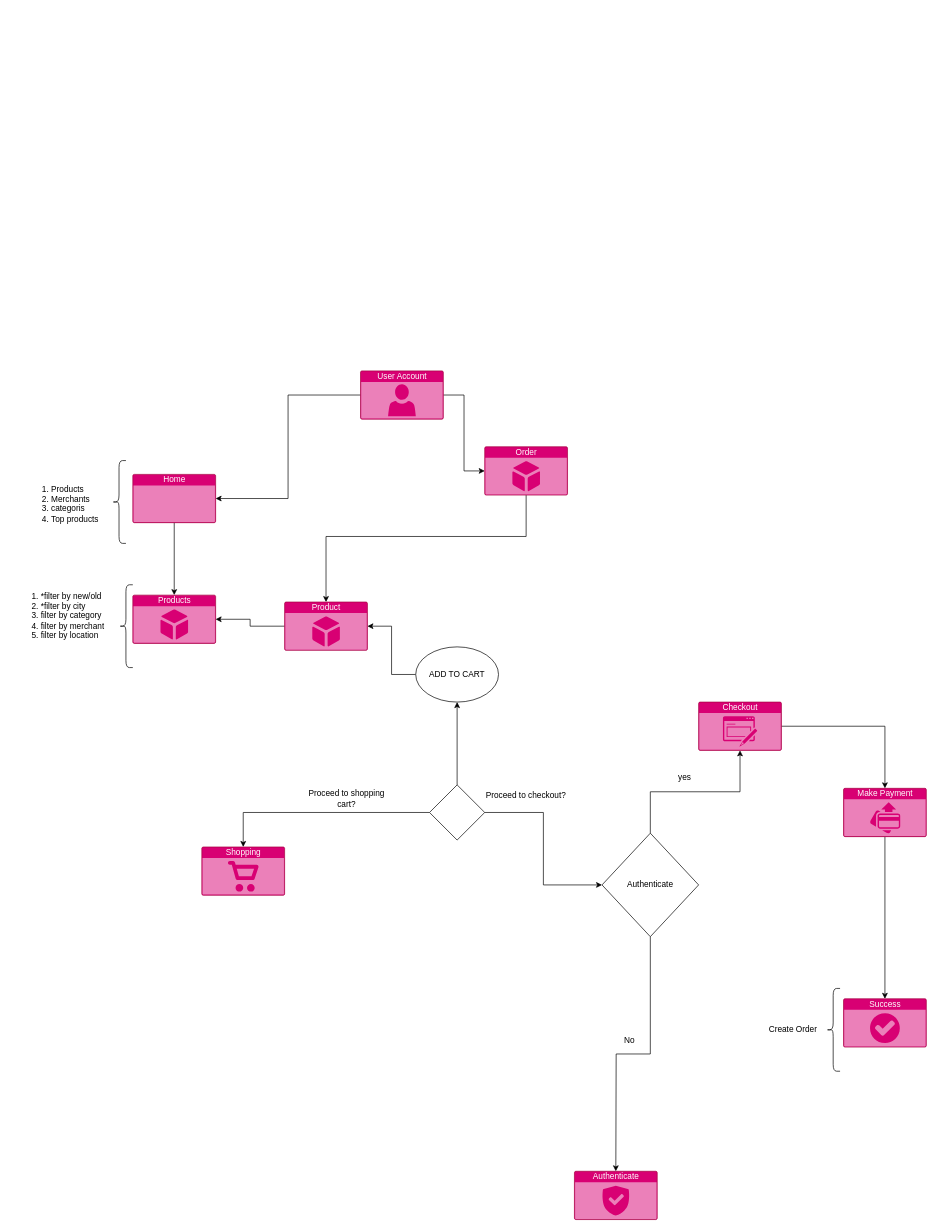
Above: sitemap.drawio in MoshoodRafiu/agentbrainbox (draw.io), before the change. Source tidied: cells renumbered, new cells numbered last; positions are measured from the earlier drawing's top-left corner, leaving out a move shared by most shapes. Both pictures are drawn from the tidied source at 69%, with x=0, y=0 at pixel (12, 371).
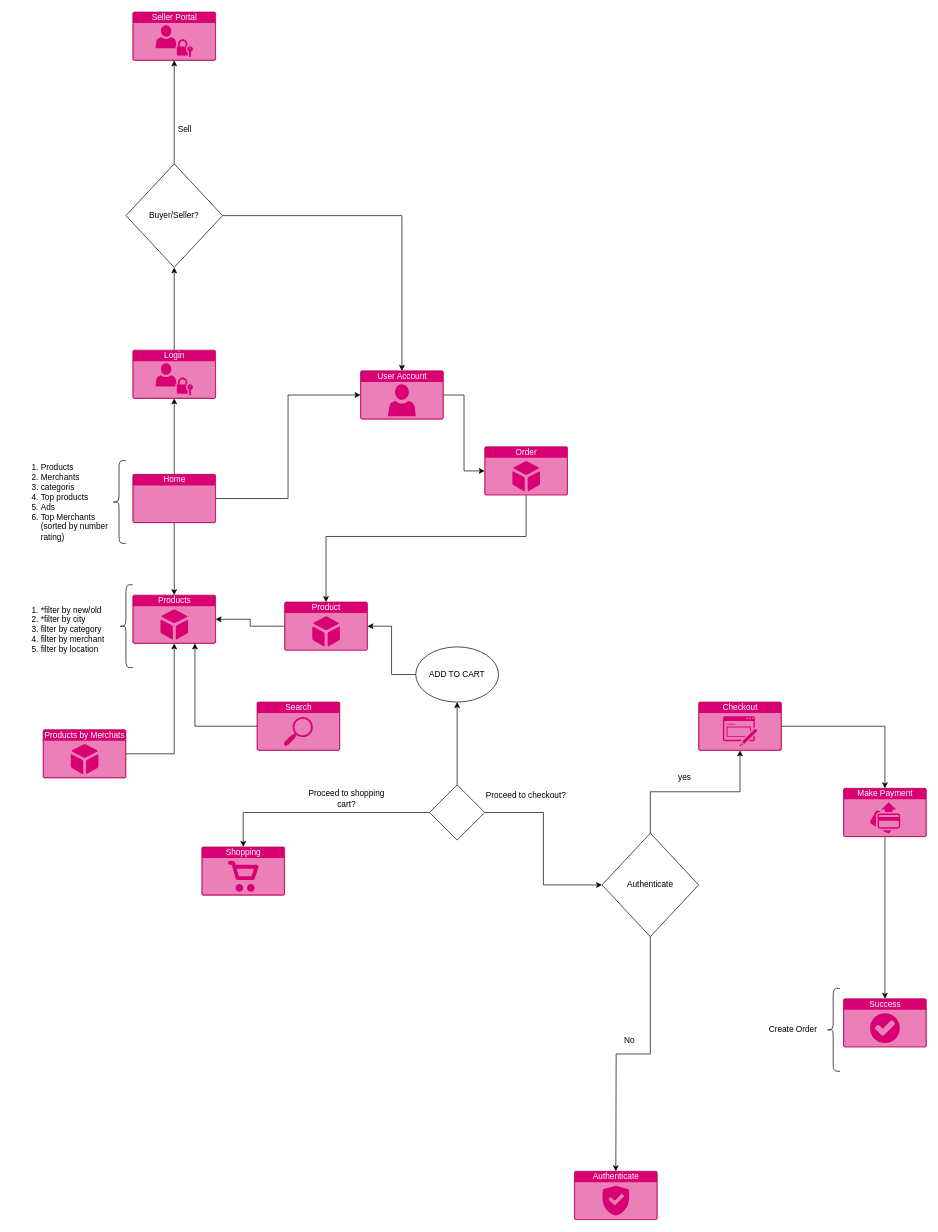
The same page after the edit.

Unchanged cells that the change refers to:
```xml
<mxCell id="3" value="Home" style="html=1;labelPosition=center;verticalLabelPosition=middle;verticalAlign=top;align=center;fontSize=12;outlineConnect=0;spacingTop=-6;shape=mxgraph.sitemap.page;fillColor=#d80073;strokeColor=#A50040;fontColor=#ffffff;" parent="1" vertex="1">
  <mxGeometry x="175" y="150" width="120" height="70" as="geometry" />
</mxCell>
<mxCell id="6" value="Products" style="html=1;labelPosition=center;verticalLabelPosition=middle;verticalAlign=top;align=center;fontSize=12;outlineConnect=0;spacingTop=-6;shape=mxgraph.sitemap.products;fillColor=#d80073;strokeColor=#A50040;fontColor=#ffffff;" parent="1" vertex="1">
  <mxGeometry x="175" y="325" width="120" height="70" as="geometry" />
</mxCell>
<mxCell id="35" value="User Account" style="html=1;strokeColor=#A50040;fillColor=#d80073;labelPosition=center;verticalLabelPosition=middle;verticalAlign=top;align=center;fontSize=12;outlineConnect=0;spacingTop=-6;fontColor=#ffffff;shape=mxgraph.sitemap.user;" parent="1" vertex="1">
  <mxGeometry x="505" width="120" height="70" as="geometry" />
</mxCell>
```

What changed in the source:
```diff
@@
+    <mxCell id="38" style="edgeStyle=orthogonalEdgeStyle;rounded=0;jettySize=auto;html=1;entryX=0;entryY=0.5;entryDx=0;entryDy=0;entryPerimeter=0;" parent="1" edge="1" source="3" target="35">
+      <mxGeometry relative="1" as="geometry" />
+    </mxCell>
+    <mxCell id="39" style="edgeStyle=orthogonalEdgeStyle;rounded=0;jettySize=auto;html=1;" parent="1" edge="1" source="3" target="49">
+      <mxGeometry relative="1" as="geometry" />
+    </mxCell>
@@
-    <mxCell id="4" value="&lt;ol&gt;&lt;li&gt;Products&lt;/li&gt;&lt;li&gt;Merchants&lt;/li&gt;&lt;li&gt;categoris&lt;/li&gt;&lt;li&gt;Top products&lt;/li&gt;&lt;/ol&gt;" style="text;strokeColor=none;fillColor=none;html=1;whiteSpace=wrap;verticalAlign=middle;overflow=hidden;" parent="1" vertex="1">
-      <mxGeometry x="15" y="150" width="120" height="80" as="geometry" />
+    <mxCell id="4" value="&lt;ol&gt;&lt;li&gt;Products&lt;/li&gt;&lt;li&gt;Merchants&lt;/li&gt;&lt;li&gt;categoris&lt;/li&gt;&lt;li&gt;Top products&lt;/li&gt;&lt;li&gt;Ads&lt;/li&gt;&lt;li&gt;Top Merchants (sorted by number rating)&lt;/li&gt;&lt;/ol&gt;" style="text;strokeColor=none;fillColor=none;html=1;whiteSpace=wrap;verticalAlign=middle;overflow=hidden;" parent="1" vertex="1">
+      <mxGeometry y="90" width="150" height="200" as="geometry" />
     </mxCell>
@@
     <mxCell id="7" value="&lt;ol&gt;&lt;li&gt;*filter by new/old&lt;/li&gt;&lt;li&gt;*filter by city&lt;/li&gt;&lt;li&gt;filter by category&lt;/li&gt;&lt;li&gt;filter by merchant&lt;/li&gt;&lt;li&gt;filter by location&lt;/li&gt;&lt;/ol&gt;" style="text;strokeColor=none;fillColor=none;html=1;whiteSpace=wrap;verticalAlign=middle;overflow=hidden;" parent="1" vertex="1">
-      <mxGeometry y="300" width="150" height="110" as="geometry" />
+      <mxGeometry y="300" width="150" height="150" as="geometry" />
     </mxCell>
@@
-    <mxCell id="33" style="edgeStyle=orthogonalEdgeStyle;rounded=0;jettySize=auto;html=1;entryX=1;entryY=0.5;entryDx=0;entryDy=0;entryPerimeter=0;" parent="1" edge="1" source="35" target="3">
-      <mxGeometry relative="1" as="geometry" />
-    </mxCell>
@@
+    <mxCell id="40" style="edgeStyle=orthogonalEdgeStyle;rounded=0;jettySize=auto;html=1;" parent="1" edge="1" source="41" target="6">
+      <mxGeometry relative="1" as="geometry" />
+    </mxCell>
+    <mxCell id="41" value="Products by Merchats" style="html=1;labelPosition=center;verticalLabelPosition=middle;verticalAlign=top;align=center;fontSize=12;outlineConnect=0;spacingTop=-6;shape=mxgraph.sitemap.products;fillColor=#d80073;strokeColor=#A50040;fontColor=#ffffff;" parent="1" vertex="1">
+      <mxGeometry x="45" y="520" width="120" height="70" as="geometry" />
+    </mxCell>
+    <mxCell id="42" style="edgeStyle=orthogonalEdgeStyle;rounded=0;jettySize=auto;html=1;entryX=0.75;entryY=1;entryDx=0;entryDy=0;entryPerimeter=0;" parent="1" edge="1" source="43" target="6">
+      <mxGeometry relative="1" as="geometry" />
+    </mxCell>
+    <mxCell id="43" value="Search" style="html=1;strokeColor=#A50040;fillColor=#d80073;labelPosition=center;verticalLabelPosition=middle;verticalAlign=top;align=center;fontSize=12;outlineConnect=0;spacingTop=-6;fontColor=#ffffff;shape=mxgraph.sitemap.search;" parent="1" vertex="1">
+      <mxGeometry x="355" y="480" width="120" height="70" as="geometry" />
+    </mxCell>
+    <mxCell id="44" value="Seller Portal" style="html=1;strokeColor=#A50040;fillColor=#d80073;labelPosition=center;verticalLabelPosition=middle;verticalAlign=top;align=center;fontSize=12;outlineConnect=0;spacingTop=-6;fontColor=#ffffff;shape=mxgraph.sitemap.login;" parent="1" vertex="1">
+      <mxGeometry x="175" y="-520" width="120" height="70" as="geometry" />
+    </mxCell>
+    <mxCell id="45" style="edgeStyle=orthogonalEdgeStyle;rounded=0;jettySize=auto;html=1;" parent="1" edge="1" source="47" target="44">
+      <mxGeometry relative="1" as="geometry" />
+    </mxCell>
+    <mxCell id="46" style="edgeStyle=orthogonalEdgeStyle;rounded=0;jettySize=auto;html=1;" parent="1" edge="1" source="47" target="35">
+      <mxGeometry relative="1" as="geometry" />
+    </mxCell>
+    <mxCell id="47" value="Buyer/Seller?" style="rhombus;whiteSpace=wrap;html=1;" parent="1" vertex="1">
+      <mxGeometry x="165" y="-300" width="140" height="150" as="geometry" />
+    </mxCell>
+    <mxCell id="48" style="edgeStyle=orthogonalEdgeStyle;rounded=0;jettySize=auto;html=1;entryX=0.5;entryY=1;entryDx=0;entryDy=0;" parent="1" edge="1" source="49" target="47">
+      <mxGeometry relative="1" as="geometry" />
+    </mxCell>
+    <mxCell id="49" value="Login" style="html=1;strokeColor=#A50040;fillColor=#d80073;labelPosition=center;verticalLabelPosition=middle;verticalAlign=top;align=center;fontSize=12;outlineConnect=0;spacingTop=-6;fontColor=#ffffff;shape=mxgraph.sitemap.login;" parent="1" vertex="1">
+      <mxGeometry x="175" y="-30" width="120" height="70" as="geometry" />
+    </mxCell>
+    <mxCell id="50" value="Sell" style="text;html=1;align=center;verticalAlign=middle;" parent="1" vertex="1">
+      <mxGeometry x="235" y="-360" width="30" height="20" as="geometry" />
+    </mxCell>
```
